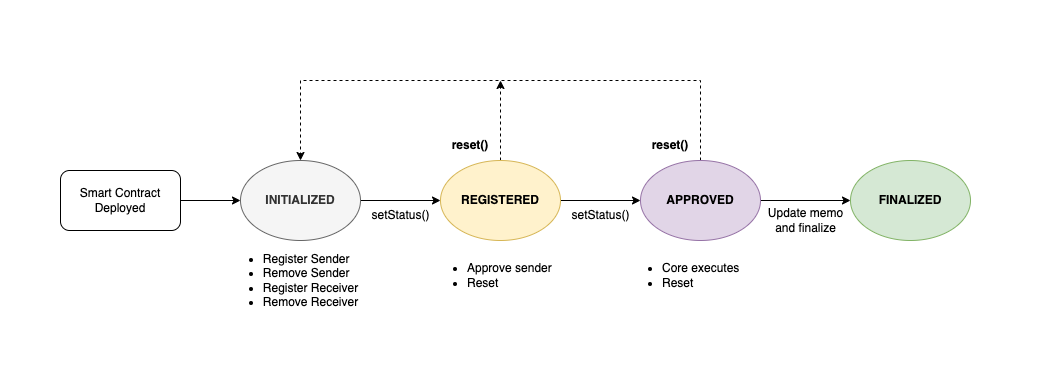
This is assets/kip-103/lifecycle.png from klaytn/kips, a draw.io export, as it was before one commit. Source tidied: cells renumbered, new cells last; positions are measured from the earlier drawing's top-left corner, leaving out a move shared by most shapes.
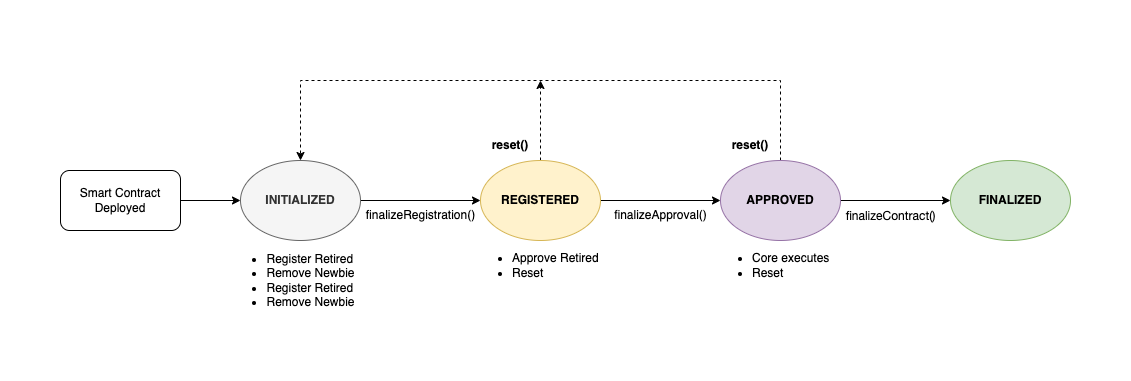
The same file after the commit.

Commit message:
optimized reference implementation and updated the image

Change to the diagram source:
```diff
@@ -3,7 +3,7 @@
     <mxCell id="0" />
     <mxCell id="1" parent="0" />
     <mxCell id="2" style="rounded=0;whiteSpace=wrap;html=1;dashed=1;dashPattern=1 4;strokeColor=#FFFFFF;" parent="1" vertex="1">
-      <mxGeometry width="1040" height="380" as="geometry" />
+      <mxGeometry width="1130" height="380" as="geometry" />
     </mxCell>
     <mxCell id="3" style="edgeStyle=orthogonalEdgeStyle;rounded=0;jettySize=auto;html=1;" parent="1" edge="1" source="4" target="7">
       <mxGeometry relative="1" as="geometry">
@@ -20,60 +20,61 @@
     </mxCell>
     <mxCell id="6" style="edgeStyle=orthogonalEdgeStyle;rounded=0;jettySize=auto;html=1;dashed=1;" parent="1" edge="1" source="7">
       <mxGeometry relative="1" as="geometry">
-        <mxPoint x="500" y="80" as="targetPoint" />
+        <mxPoint x="540" y="80" as="targetPoint" />
       </mxGeometry>
     </mxCell>
     <mxCell id="7" value="&lt;b&gt;REGISTERED&lt;/b&gt;" style="ellipse;whiteSpace=wrap;html=1;fillColor=#fff2cc;strokeColor=#d6b656;" parent="1" vertex="1">
-      <mxGeometry x="440" y="160" width="120" height="80" as="geometry" />
+      <mxGeometry x="480" y="160" width="120" height="80" as="geometry" />
     </mxCell>
     <mxCell id="8" value="&lt;b&gt;FINALIZED&lt;/b&gt;" style="ellipse;whiteSpace=wrap;html=1;fillColor=#d5e8d4;strokeColor=#82b366;" parent="1" vertex="1">
-      <mxGeometry x="850" y="160" width="120" height="80" as="geometry" />
+      <mxGeometry x="950" y="160" width="120" height="80" as="geometry" />
     </mxCell>
     <mxCell id="9" style="edgeStyle=orthogonalEdgeStyle;rounded=0;jettySize=auto;html=1;entryX=0;entryY=0.5;entryDx=0;entryDy=0;" parent="1" edge="1" source="11" target="8">
       <mxGeometry relative="1" as="geometry" />
     </mxCell>
-    <mxCell id="10" style="edgeStyle=orthogonalEdgeStyle;rounded=0;jettySize=auto;html=1;entryX=0.5;entryY=0;entryDx=0;entryDy=0;dashed=1;" parent="1" edge="1" source="11" target="4">
+    <mxCell id="10" style="edgeStyle=orthogonalEdgeStyle;rounded=0;jettySize=auto;html=1;entryX=0.5;entryY=0;entryDx=0;entryDy=0;dashed=1;exitX=0.5;exitY=0;exitDx=0;exitDy=0;" parent="1" edge="1" source="11" target="4">
       <mxGeometry relative="1" as="geometry">
         <Array as="points">
-          <mxPoint x="700" y="80" />
+          <mxPoint x="780" y="160" />
+          <mxPoint x="780" y="80" />
           <mxPoint x="300" y="80" />
         </Array>
       </mxGeometry>
     </mxCell>
     <mxCell id="11" value="&lt;b&gt;APPROVED&lt;/b&gt;" style="ellipse;whiteSpace=wrap;html=1;fillColor=#e1d5e7;strokeColor=#9673a6;" parent="1" vertex="1">
-      <mxGeometry x="640" y="160" width="120" height="80" as="geometry" />
+      <mxGeometry x="720" y="160" width="120" height="80" as="geometry" />
     </mxCell>
-    <mxCell id="12" value="&lt;div style=&quot;text-align: left;&quot;&gt;&lt;ul&gt;&lt;li&gt;&lt;span style=&quot;background-color: initial;&quot;&gt;Register Sender&lt;/span&gt;&lt;/li&gt;&lt;li&gt;&lt;span style=&quot;background-color: initial;&quot;&gt;Remove Sender&lt;/span&gt;&lt;/li&gt;&lt;li&gt;&lt;span style=&quot;background-color: initial;&quot;&gt;Register Receiver&lt;/span&gt;&lt;/li&gt;&lt;li&gt;&lt;span style=&quot;background-color: initial;&quot;&gt;Remove Receiver&lt;/span&gt;&lt;/li&gt;&lt;/ul&gt;&lt;/div&gt;" style="text;html=1;align=center;verticalAlign=middle;strokeColor=none;fillColor=none;" parent="1" vertex="1">
-      <mxGeometry x="210" y="230" width="160" height="100" as="geometry" />
+    <mxCell id="12" value="&lt;div style=&quot;text-align: left;&quot;&gt;&lt;ul&gt;&lt;li&gt;&lt;span style=&quot;background-color: initial;&quot;&gt;Register Retired&lt;/span&gt;&lt;/li&gt;&lt;li&gt;&lt;span style=&quot;background-color: initial;&quot;&gt;Remove Newbie&lt;/span&gt;&lt;/li&gt;&lt;li&gt;&lt;span style=&quot;background-color: initial;&quot;&gt;Register&amp;nbsp;&lt;/span&gt;Retired&lt;/li&gt;&lt;li&gt;&lt;span style=&quot;background-color: initial;&quot;&gt;Remove&amp;nbsp;&lt;/span&gt;Newbie&lt;/li&gt;&lt;/ul&gt;&lt;/div&gt;" style="text;html=1;align=center;verticalAlign=middle;strokeColor=none;fillColor=none;" parent="1" vertex="1">
+      <mxGeometry x="215" y="230" width="150" height="100" as="geometry" />
     </mxCell>
     <mxCell id="13" style="edgeStyle=orthogonalEdgeStyle;rounded=0;jettySize=auto;html=1;" parent="1" edge="1" target="4">
       <mxGeometry relative="1" as="geometry">
         <mxPoint x="180" y="200" as="sourcePoint" />
       </mxGeometry>
     </mxCell>
-    <mxCell id="14" value="&lt;div style=&quot;&quot;&gt;&lt;ul&gt;&lt;li&gt;&lt;span style=&quot;background-color: initial;&quot;&gt;Approve sender&lt;/span&gt;&lt;/li&gt;&lt;li&gt;&lt;span style=&quot;background-color: initial;&quot;&gt;Reset&lt;/span&gt;&lt;/li&gt;&lt;/ul&gt;&lt;/div&gt;" style="text;html=1;align=left;verticalAlign=middle;strokeColor=none;fillColor=none;" parent="1" vertex="1">
-      <mxGeometry x="425" y="240" width="150" height="70" as="geometry" />
+    <mxCell id="14" value="&lt;div style=&quot;&quot;&gt;&lt;ul&gt;&lt;li&gt;&lt;span style=&quot;background-color: initial;&quot;&gt;Approve Retired&lt;/span&gt;&lt;/li&gt;&lt;li&gt;&lt;span style=&quot;background-color: initial;&quot;&gt;Reset&lt;/span&gt;&lt;/li&gt;&lt;/ul&gt;&lt;/div&gt;" style="text;html=1;align=left;verticalAlign=middle;strokeColor=none;fillColor=none;" parent="1" vertex="1">
+      <mxGeometry x="470" y="230" width="150" height="70" as="geometry" />
     </mxCell>
     <mxCell id="15" value="&lt;div style=&quot;&quot;&gt;&lt;ul&gt;&lt;li&gt;&lt;span style=&quot;background-color: initial;&quot;&gt;Core executes&amp;nbsp;&lt;/span&gt;&lt;/li&gt;&lt;li&gt;Reset&lt;/li&gt;&lt;/ul&gt;&lt;/div&gt;" style="text;html=1;align=left;verticalAlign=middle;strokeColor=none;fillColor=none;" parent="1" vertex="1">
-      <mxGeometry x="620" y="240" width="140" height="70" as="geometry" />
+      <mxGeometry x="710" y="230" width="140" height="70" as="geometry" />
     </mxCell>
-    <mxCell id="16" value="&lt;div style=&quot;&quot;&gt;&lt;span style=&quot;background-color: initial;&quot;&gt;Update memo &lt;br&gt;and finalize&lt;/span&gt;&lt;/div&gt;" style="text;html=1;align=center;verticalAlign=middle;strokeColor=none;fillColor=none;" parent="1" vertex="1">
-      <mxGeometry x="755" y="200" width="100" height="40" as="geometry" />
+    <mxCell id="16" value="&lt;div style=&quot;&quot;&gt;&lt;p style=&quot;margin: 0px; font-variant-numeric: normal; font-variant-east-asian: normal; font-stretch: normal; line-height: normal; font-family: &amp;quot;Helvetica Neue&amp;quot;; text-align: start;&quot; class=&quot;p1&quot;&gt;&lt;font style=&quot;font-size: 12px;&quot;&gt;finalizeContract()&lt;/font&gt;&lt;/p&gt;&lt;/div&gt;" style="text;html=1;align=center;verticalAlign=middle;strokeColor=none;fillColor=none;" parent="1" vertex="1">
+      <mxGeometry x="835" y="200" width="110" height="30" as="geometry" />
     </mxCell>
     <mxCell id="17" value="Smart Contract Deployed" style="rounded=1;whiteSpace=wrap;html=1;" parent="1" vertex="1">
       <mxGeometry x="60" y="170" width="120" height="60" as="geometry" />
     </mxCell>
     <mxCell id="18" value="&lt;b&gt;reset()&lt;/b&gt;" style="text;html=1;strokeColor=none;fillColor=none;align=center;verticalAlign=middle;whiteSpace=wrap;rounded=0;" parent="1" vertex="1">
-      <mxGeometry x="640" y="130" width="60" height="30" as="geometry" />
+      <mxGeometry x="720" y="130" width="60" height="30" as="geometry" />
     </mxCell>
     <mxCell id="19" value="&lt;b&gt;reset()&lt;/b&gt;" style="text;html=1;strokeColor=none;fillColor=none;align=center;verticalAlign=middle;whiteSpace=wrap;rounded=0;" parent="1" vertex="1">
-      <mxGeometry x="440" y="130" width="60" height="30" as="geometry" />
+      <mxGeometry x="480" y="130" width="60" height="30" as="geometry" />
     </mxCell>
-    <mxCell id="20" value="&lt;div style=&quot;&quot;&gt;setStatus()&lt;/div&gt;" style="text;html=1;align=center;verticalAlign=middle;strokeColor=none;fillColor=none;" parent="1" vertex="1">
-      <mxGeometry x="560" y="200" width="80" height="30" as="geometry" />
+    <mxCell id="20" value="&lt;div style=&quot;&quot;&gt;finalizeApproval()&lt;/div&gt;" style="text;html=1;align=center;verticalAlign=middle;strokeColor=none;fillColor=none;" parent="1" vertex="1">
+      <mxGeometry x="600" y="200" width="120" height="30" as="geometry" />
     </mxCell>
-    <mxCell id="21" value="&lt;div style=&quot;&quot;&gt;setStatus()&lt;/div&gt;" style="text;html=1;align=center;verticalAlign=middle;strokeColor=none;fillColor=none;" parent="1" vertex="1">
-      <mxGeometry x="360" y="200" width="80" height="30" as="geometry" />
+    <mxCell id="21" value="&lt;div style=&quot;&quot;&gt;&amp;nbsp; &amp;nbsp;finalizeRegistration()&lt;/div&gt;" style="text;html=1;align=center;verticalAlign=middle;strokeColor=none;fillColor=none;" parent="1" vertex="1">
+      <mxGeometry x="345" y="200" width="140" height="30" as="geometry" />
     </mxCell>
   </root>
 </mxGraphModel>
```
